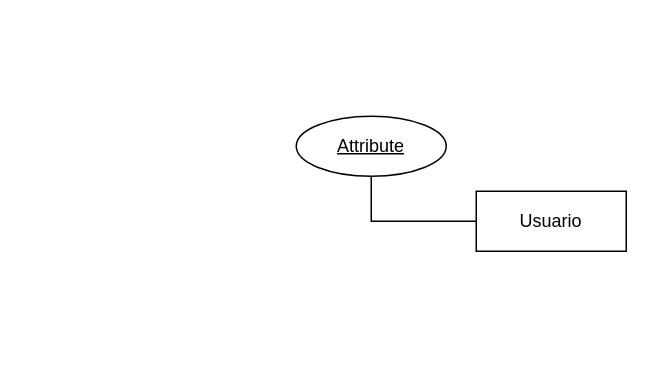
This is Fundamentos.drawio from NexusVOID1312/Fundamento-Base-de-Datos, a draw.io file, before an edit. Source tidied: cells renumbered, new cells numbered last; positions are measured from the earlier drawing's top-left corner, leaving out a move shared by most shapes. Both pictures are drawn from the tidied source at 150%, with x=0, y=0 at pixel (296, 116).
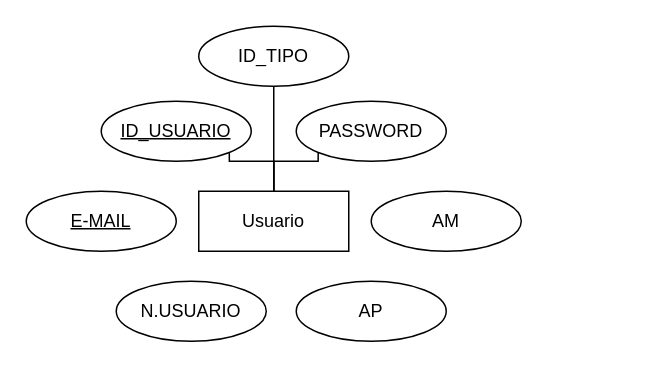
After the change.

Commit message:
USER KEY

What changed in the source:
```diff
@@
 <mxGraphModel>
   <root>
     <mxCell id="0" />
     <mxCell id="1" parent="0" />
+    <mxCell id="5" style="edgeStyle=orthogonalEdgeStyle;rounded=0;jettySize=auto;html=1;endArrow=none;endFill=0;" parent="1" edge="1" source="3" target="12">
+      <mxGeometry relative="1" as="geometry" />
+    </mxCell>
-    <mxCell id="2" style="edgeStyle=orthogonalEdgeStyle;rounded=0;jettySize=auto;html=1;exitX=0;exitY=0.5;exitDx=0;exitDy=0;endArrow=none;endFill=0;" parent="1" edge="1" source="3" target="4">
+    <mxCell id="2" style="edgeStyle=orthogonalEdgeStyle;rounded=0;jettySize=auto;html=1;entryX=1;entryY=1;entryDx=0;entryDy=0;endArrow=none;endFill=0;" parent="1" edge="1" source="3" target="4">
       <mxGeometry relative="1" as="geometry" />
     </mxCell>
+    <mxCell id="6" style="edgeStyle=orthogonalEdgeStyle;rounded=0;jettySize=auto;html=1;entryX=0;entryY=1;entryDx=0;entryDy=0;endArrow=none;endFill=0;" parent="1" edge="1" source="3" target="11">
+      <mxGeometry relative="1" as="geometry" />
+    </mxCell>
     <mxCell id="3" value="Usuario" style="whiteSpace=wrap;html=1;align=center;" parent="1" vertex="1">
-      <mxGeometry x="120" y="50" width="100" height="40" as="geometry" />
+      <mxGeometry x="-65" y="50" width="100" height="40" as="geometry" />
     </mxCell>
-    <mxCell id="4" value="Attribute" style="ellipse;whiteSpace=wrap;html=1;align=center;fontStyle=20;" parent="1" vertex="1">
-      <mxGeometry width="100" height="40" as="geometry" />
+    <mxCell id="4" value="ID_USUARIO" style="ellipse;whiteSpace=wrap;html=1;align=center;fontStyle=20;" parent="1" vertex="1">
+      <mxGeometry x="-130" y="-10" width="100" height="40" as="geometry" />
     </mxCell>
+    <mxCell id="7" value="N.USUARIO" style="ellipse;whiteSpace=wrap;html=1;align=center;" parent="1" vertex="1">
+      <mxGeometry x="-120" y="110" width="100" height="40" as="geometry" />
+    </mxCell>
+    <mxCell id="8" value="E-MAIL" style="ellipse;whiteSpace=wrap;html=1;align=center;fontStyle=4;" parent="1" vertex="1">
+      <mxGeometry x="-180" y="50" width="100" height="40" as="geometry" />
+    </mxCell>
+    <mxCell id="9" value="AP" style="ellipse;whiteSpace=wrap;html=1;align=center;" parent="1" vertex="1">
+      <mxGeometry y="110" width="100" height="40" as="geometry" />
+    </mxCell>
+    <mxCell id="10" value="AM" style="ellipse;whiteSpace=wrap;html=1;align=center;" parent="1" vertex="1">
+      <mxGeometry x="50" y="50" width="100" height="40" as="geometry" />
+    </mxCell>
+    <mxCell id="11" value="PASSWORD" style="ellipse;whiteSpace=wrap;html=1;align=center;" parent="1" vertex="1">
+      <mxGeometry y="-10" width="100" height="40" as="geometry" />
+    </mxCell>
+    <mxCell id="12" value="ID_TIPO" style="ellipse;whiteSpace=wrap;html=1;align=center;" parent="1" vertex="1">
+      <mxGeometry x="-65" y="-60" width="100" height="40" as="geometry" />
+    </mxCell>
   </root>
 </mxGraphModel>
```
